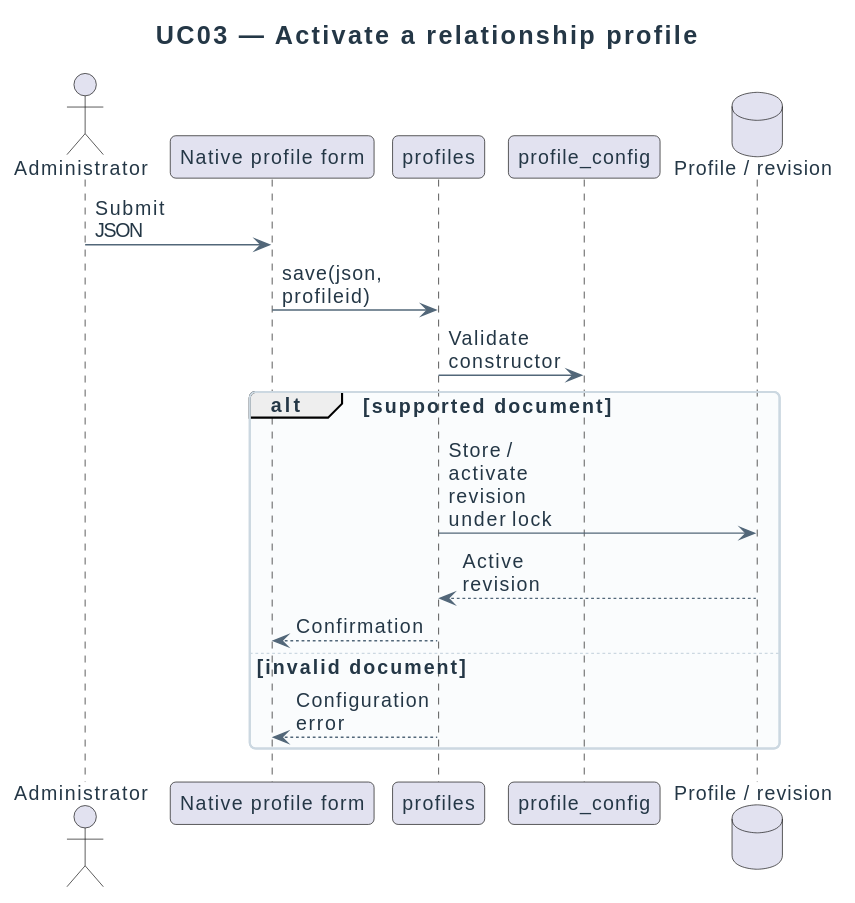
Above: docs/diagrams/design/sequences/uc03-configure-profile.svg in didactika/moodle-local_coursefiles (PlantUML), before the change. Its diagram source:
```plantuml
@startuml
!include ../../_style.puml
title UC03 — Activate a relationship profile
actor Administrator
participant "Native profile form" as UI
participant profiles as Profiles
participant profile_config as Rules
database "Profile / revision" as DB
Administrator -> UI : Submit JSON
UI -> Profiles : save(json, profileid)
Profiles -> Rules : Validate constructor
alt supported document
  Profiles -> DB : Store / activate revision under lock
  DB --> Profiles : Active revision
  Profiles --> UI : Confirmation
else invalid document
  Profiles --> UI : Configuration error
end
@enduml
```
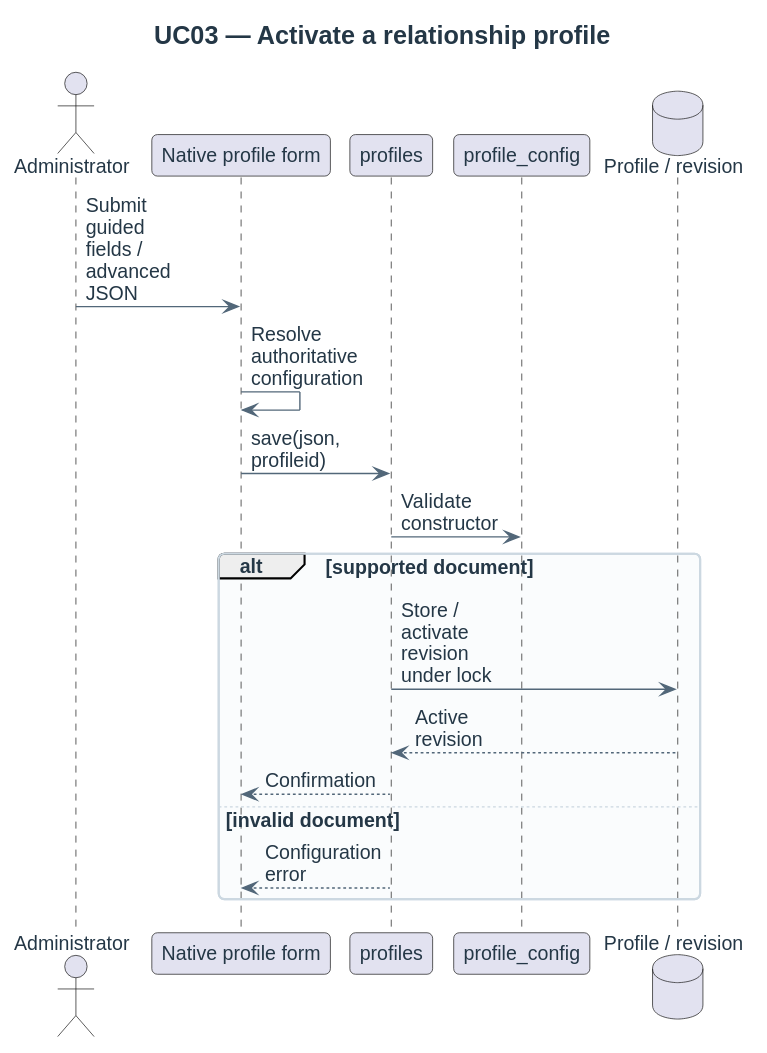
The same diagram one commit later.

Diff of the diagram source:
```diff
@@ -6,7 +6,8 @@
 participant profiles as Profiles
 participant profile_config as Rules
 database "Profile / revision" as DB
-Administrator -> UI : Submit JSON
+Administrator -> UI : Submit guided fields / advanced JSON
+UI -> UI : Resolve authoritative configuration
 UI -> Profiles : save(json, profileid)
 Profiles -> Rules : Validate constructor
 alt supported document
```
